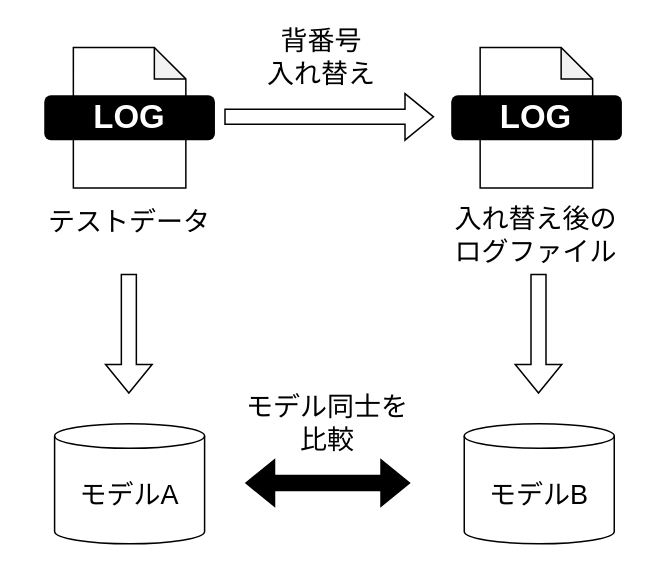
This is 4/experiment_b.drawio from SuperTikuwa/thesis-images, a draw.io file, before an edit. Source tidied: cells renumbered, new cells numbered last; positions are measured from the earlier drawing's top-left corner, leaving out a move shared by most shapes. Both pictures are drawn from the tidied source at 150%, with x=0, y=0 at pixel (44, 34).
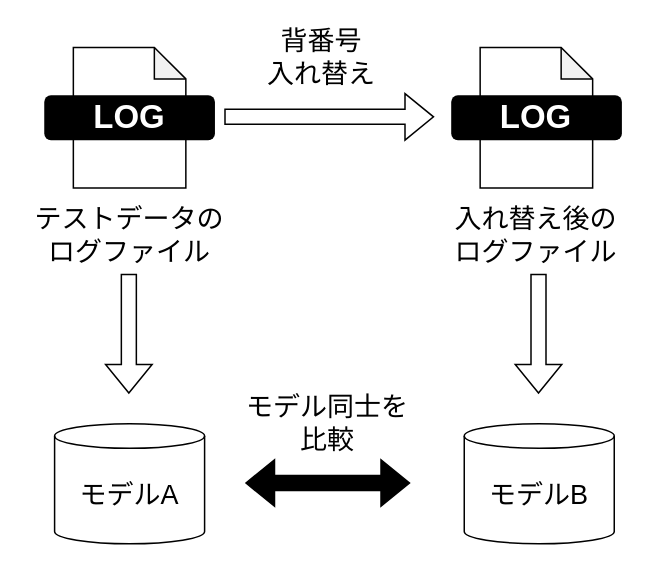
After the change.

Commit message:
experiment_b.drawio を更新します

Diff of the diagram source:
```diff
@@
 <mxGraphModel>
   <root>
     <mxCell id="0" />
     <mxCell id="1" parent="0" />
     <mxCell id="2" style="shape=note;whiteSpace=wrap;html=1;backgroundOutline=1;darkOpacity=0.05;size=21;" parent="1" vertex="1">
       <mxGeometry x="19.4" y="8.1" width="75" height="93.8" as="geometry" />
     </mxCell>
     <mxCell id="3" value="&lt;span style=&quot;font-size: 22px;&quot;&gt;LOG&lt;/span&gt;" style="text;html=1;strokeColor=none;fillColor=#000000;align=center;verticalAlign=middle;whiteSpace=wrap;rounded=1;fontColor=#FFFFFF;fontStyle=1;fontSize=22;" parent="1" vertex="1">
       <mxGeometry y="40" width="113.8" height="30" as="geometry" />
     </mxCell>
     <mxCell id="4" value="&lt;font style=&quot;font-size: 18px;&quot; color=&quot;#000000&quot;&gt;モデルB&lt;br&gt;&lt;/font&gt;" style="shape=cylinder3;whiteSpace=wrap;html=1;boundedLbl=1;backgroundOutline=1;size=8.17882352941163;rounded=1;labelBackgroundColor=none;fontSize=22;fontColor=#FFFFFF;fillColor=#FFFFFF;strokeColor=#000000;" parent="1" vertex="1">
       <mxGeometry x="280" y="259" width="100" height="80" as="geometry" />
     </mxCell>
     <mxCell id="5" value="&lt;font style=&quot;font-size: 18px;&quot; color=&quot;#000000&quot;&gt;モデルA&lt;br&gt;&lt;/font&gt;" style="shape=cylinder3;whiteSpace=wrap;html=1;boundedLbl=1;backgroundOutline=1;size=8.17882352941163;rounded=1;labelBackgroundColor=none;fontSize=22;fontColor=#FFFFFF;fillColor=#FFFFFF;strokeColor=#000000;" parent="1" vertex="1">
       <mxGeometry x="6.9" y="259" width="100" height="80" as="geometry" />
     </mxCell>
     <mxCell id="6" style="shape=flexArrow;endArrow=classic;html=1;rounded=0;strokeWidth=1;fontSize=18;fontColor=#000000;" parent="1" edge="1">
       <mxGeometry relative="1" as="geometry">
         <mxPoint x="120" y="54.4" as="sourcePoint" />
         <mxPoint x="260" y="54.4" as="targetPoint" />
       </mxGeometry>
     </mxCell>
     <mxCell id="7" value="背番号&lt;br&gt;入れ替え" style="text;html=1;strokeColor=none;fillColor=none;align=center;verticalAlign=middle;whiteSpace=wrap;rounded=0;fontSize=18;fontColor=#000000;" parent="1" vertex="1">
       <mxGeometry x="130" width="110" height="30" as="geometry" />
     </mxCell>
     <mxCell id="8" style="shape=note;whiteSpace=wrap;html=1;backgroundOutline=1;darkOpacity=0.05;size=21;" parent="1" vertex="1">
       <mxGeometry x="290.6" y="8.1" width="75" height="93.8" as="geometry" />
     </mxCell>
     <mxCell id="9" value="&lt;span style=&quot;font-size: 22px;&quot;&gt;LOG&lt;/span&gt;" style="text;html=1;strokeColor=none;fillColor=#000000;align=center;verticalAlign=middle;whiteSpace=wrap;rounded=1;fontColor=#FFFFFF;fontStyle=1;fontSize=22;" parent="1" vertex="1">
       <mxGeometry x="271.3" y="40" width="113.8" height="30" as="geometry" />
     </mxCell>
     <mxCell id="10" style="shape=flexArrow;endArrow=classic;html=1;rounded=0;strokeWidth=1;fontSize=18;fontColor=#000000;" parent="1" edge="1">
       <mxGeometry relative="1" as="geometry">
         <mxPoint x="56.4" y="159" as="sourcePoint" />
         <mxPoint x="56.4" y="239" as="targetPoint" />
       </mxGeometry>
     </mxCell>
     <mxCell id="11" style="shape=flexArrow;endArrow=classic;html=1;rounded=0;strokeWidth=1;fontSize=18;fontColor=#000000;" parent="1" edge="1">
       <mxGeometry relative="1" as="geometry">
         <mxPoint x="329.5" y="159" as="sourcePoint" />
         <mxPoint x="329.5" y="239" as="targetPoint" />
       </mxGeometry>
     </mxCell>
     <mxCell id="12" style="shape=flexArrow;endArrow=classic;startArrow=classic;html=1;rounded=0;fillColor=#000000;" parent="1" edge="1">
       <mxGeometry relative="1" as="geometry">
         <mxPoint x="134" y="298.5" as="sourcePoint" />
         <mxPoint x="244" y="298.5" as="targetPoint" />
       </mxGeometry>
     </mxCell>
-    <mxCell id="13" value="テストデータ" style="text;html=1;strokeColor=none;fillColor=none;align=center;verticalAlign=middle;whiteSpace=wrap;rounded=0;fontSize=18;fontColor=#000000;" parent="1" vertex="1">
-      <mxGeometry x="1.9" y="110" width="110" height="30" as="geometry" />
+    <mxCell id="13" value="テストデータのログファイル" style="text;html=1;strokeColor=none;fillColor=none;align=center;verticalAlign=middle;whiteSpace=wrap;rounded=0;fontSize=18;fontColor=#000000;" parent="1" vertex="1">
+      <mxGeometry x="-12.2" y="119" width="138.1" height="30" as="geometry" />
     </mxCell>
     <mxCell id="14" value="入れ替え後の&lt;br&gt;ログファイル" style="text;html=1;strokeColor=none;fillColor=none;align=center;verticalAlign=middle;whiteSpace=wrap;rounded=0;fontSize=18;fontColor=#000000;" parent="1" vertex="1">
       <mxGeometry x="273.1" y="119" width="110" height="30" as="geometry" />
     </mxCell>
     <mxCell id="15" value="モデル同士を&lt;br&gt;比較" style="text;html=1;strokeColor=none;fillColor=none;align=center;verticalAlign=middle;whiteSpace=wrap;rounded=0;fontSize=18;fontColor=#000000;" parent="1" vertex="1">
       <mxGeometry x="133.5" y="229" width="110" height="60" as="geometry" />
     </mxCell>
   </root>
 </mxGraphModel>
```
